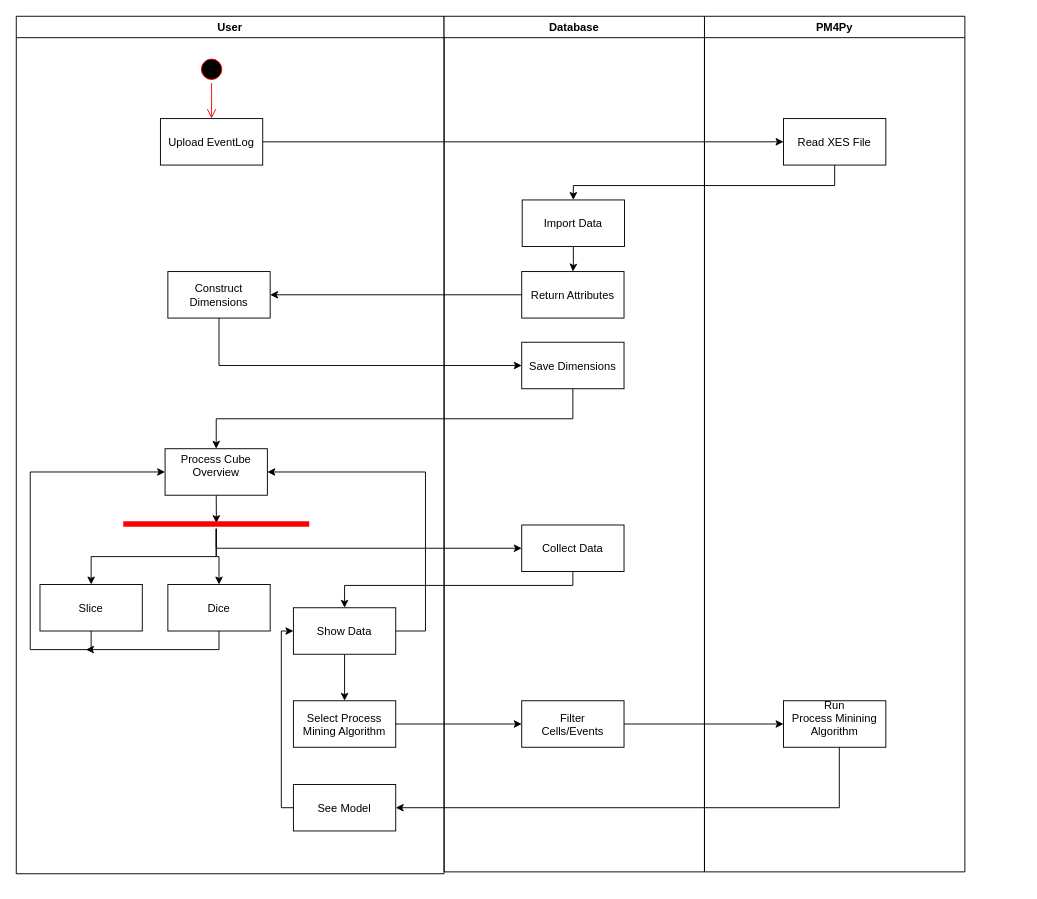
The draw.io diagram diagrams/ActivityDiagram.drawio in ngtom/PCubes-PADS2019, before the edit. Source tidied: cells renumbered, new cells numbered last; positions are measured from the earlier drawing's top-left corner, leaving out a move shared by most shapes. Both pictures are drawn from the tidied source at 93%, with x=0, y=0 at pixel (16, 16).
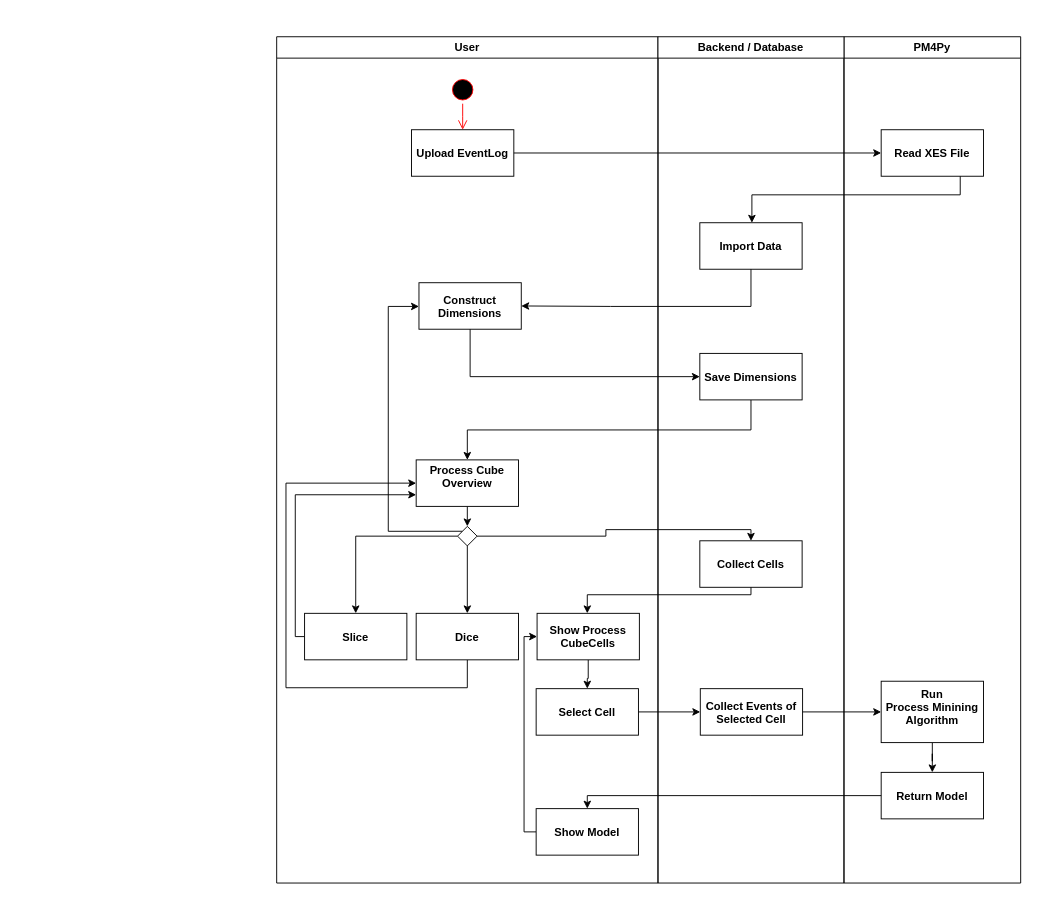
Above is the later version.

Commit message:
update activity diagram

The edit, as a diff of the source:
```diff
@@
-<mxGraphModel background="#ffffff">
+<mxGraphModel>
@@
     <mxCell id="2" value="User" style="swimlane;whiteSpace=wrap;" parent="1" vertex="1">
-      <mxGeometry width="460" height="922" as="geometry" />
+      <mxGeometry x="280" y="22" width="410" height="910" as="geometry" />
     </mxCell>
-    <mxCell id="3" style="ellipse;shape=startState;fillColor=#000000;strokeColor=#ff0000;" parent="2" vertex="1">
-      <mxGeometry x="195" y="42" width="30" height="30" as="geometry" />
-    </mxCell>
-    <mxCell id="4" style="edgeStyle=elbowEdgeStyle;elbow=horizontal;verticalAlign=bottom;endArrow=open;endSize=8;strokeColor=#FF0000;endFill=1;rounded=0;" parent="2" edge="1" source="3" target="5">
-      <mxGeometry x="195" y="42" as="geometry" />
-    </mxCell>
+    <mxCell id="42" style="ellipse;shape=startState;fillColor=#000000;strokeColor=#ff0000;" parent="2" vertex="1">
+      <mxGeometry x="185" y="42" width="30" height="30" as="geometry" />
+    </mxCell>
+    <mxCell id="43" style="edgeStyle=elbowEdgeStyle;elbow=horizontal;verticalAlign=bottom;endArrow=open;endSize=8;strokeColor=#FF0000;endFill=1;rounded=0;" parent="2" edge="1" source="42" target="5">
+      <mxGeometry x="185" y="42" as="geometry" />
+    </mxCell>
-    <mxCell id="5" value="Upload EventLog" parent="2" vertex="1">
-      <mxGeometry x="155" y="110" width="110" height="50" as="geometry" />
+    <mxCell id="5" value="Upload EventLog" style="fontStyle=1;" parent="2" vertex="1">
+      <mxGeometry x="145" y="100" width="110" height="50" as="geometry" />
     </mxCell>
-    <mxCell id="6" value="Construct &#10;Dimensions" parent="2" vertex="1">
-      <mxGeometry x="163" y="274.5" width="110" height="50" as="geometry" />
+    <mxCell id="6" value="Construct &#10;Dimensions" style="fontStyle=1;" parent="2" vertex="1">
+      <mxGeometry x="153" y="264.5" width="110" height="50" as="geometry" />
     </mxCell>
-    <mxCell id="7" style="edgeStyle=orthogonalEdgeStyle;rounded=0;jettySize=auto;html=1;exitX=0.5;exitY=1;exitDx=0;exitDy=0;entryX=0;entryY=0.5;entryDx=0;entryDy=0;" parent="2" edge="1" source="8" target="14">
+    <mxCell id="7" style="edgeStyle=orthogonalEdgeStyle;rounded=0;jettySize=auto;html=1;entryX=0;entryY=0.75;entryDx=0;entryDy=0;" parent="2" edge="1" source="8" target="14">
       <mxGeometry relative="1" as="geometry">
         <Array as="points">
-          <mxPoint x="81" y="681" />
-          <mxPoint x="15" y="681" />
-          <mxPoint x="15" y="490" />
+          <mxPoint x="20" y="645" />
+          <mxPoint x="20" y="492" />
         </Array>
       </mxGeometry>
     </mxCell>
-    <mxCell id="8" value="Slice" parent="2" vertex="1">
-      <mxGeometry x="25.5" y="611" width="110" height="50" as="geometry" />
+    <mxCell id="8" value="Slice" style="fontStyle=1;" parent="2" vertex="1">
+      <mxGeometry x="30" y="620" width="110" height="50" as="geometry" />
     </mxCell>
+    <mxCell id="44" style="edgeStyle=orthogonalEdgeStyle;rounded=0;jettySize=auto;html=1;entryX=0;entryY=0.5;entryDx=0;entryDy=0;" parent="2" edge="1" source="9" target="14">
+      <mxGeometry relative="1" as="geometry">
+        <Array as="points">
+          <mxPoint x="205" y="700" />
+          <mxPoint x="10" y="700" />
+          <mxPoint x="10" y="480" />
+        </Array>
+      </mxGeometry>
+    </mxCell>
-    <mxCell id="9" value="Dice" parent="2" vertex="1">
-      <mxGeometry x="163" y="611" width="110" height="50" as="geometry" />
+    <mxCell id="9" value="Dice" style="fontStyle=1;" parent="2" vertex="1">
+      <mxGeometry x="150" y="620" width="110" height="50" as="geometry" />
     </mxCell>
-    <mxCell id="10" style="edgeStyle=orthogonalEdgeStyle;rounded=0;jettySize=auto;html=1;entryX=1;entryY=0.5;entryDx=0;entryDy=0;" parent="2" edge="1" source="12" target="14">
-      <mxGeometry relative="1" as="geometry">
-        <Array as="points">
-          <mxPoint x="440" y="661" />
-          <mxPoint x="440" y="490" />
-        </Array>
-      </mxGeometry>
-    </mxCell>
-    <mxCell id="11" style="edgeStyle=orthogonalEdgeStyle;rounded=0;jettySize=auto;html=1;entryX=0.5;entryY=0;entryDx=0;entryDy=0;" parent="2" edge="1" source="12" target="18">
-      <mxGeometry relative="1" as="geometry" />
-    </mxCell>
-    <mxCell id="12" value="Show Data" parent="2" vertex="1">
-      <mxGeometry x="298" y="636" width="110" height="50" as="geometry" />
-    </mxCell>
-    <mxCell id="13" style="edgeStyle=orthogonalEdgeStyle;rounded=0;jettySize=auto;html=1;exitX=0.5;exitY=1;exitDx=0;exitDy=0;entryX=0.501;entryY=0.397;entryDx=0;entryDy=0;entryPerimeter=0;" parent="2" edge="1" source="14" target="17">
-      <mxGeometry relative="1" as="geometry" />
-    </mxCell>
+    <mxCell id="45" style="edgeStyle=orthogonalEdgeStyle;rounded=0;jettySize=auto;html=1;entryX=0.5;entryY=0;entryDx=0;entryDy=0;" parent="2" edge="1" source="46" target="48">
+      <mxGeometry relative="1" as="geometry" />
+    </mxCell>
+    <mxCell id="46" value="Show Process &#10;CubeCells" style="fontStyle=1;" parent="2" vertex="1">
+      <mxGeometry x="280" y="620" width="110" height="50" as="geometry" />
+    </mxCell>
+    <mxCell id="47" style="edgeStyle=orthogonalEdgeStyle;rounded=0;jettySize=auto;html=1;exitX=0.5;exitY=1;exitDx=0;exitDy=0;entryX=0;entryY=0.5;entryDx=0;entryDy=0;" parent="2" edge="1" source="14" target="54">
+      <mxGeometry relative="1" as="geometry" />
+    </mxCell>
-    <mxCell id="14" value="Process Cube&#10;Overview&#10;" parent="2" vertex="1">
-      <mxGeometry x="160" y="465" width="110" height="50" as="geometry" />
+    <mxCell id="14" value="Process Cube&#10;Overview&#10;" style="fontStyle=1;" parent="2" vertex="1">
+      <mxGeometry x="150" y="455" width="110" height="50" as="geometry" />
     </mxCell>
-    <mxCell id="15" style="edgeStyle=orthogonalEdgeStyle;rounded=0;jettySize=auto;html=1;entryX=0.5;entryY=0;entryDx=0;entryDy=0;" parent="2" edge="1" source="17" target="8">
-      <mxGeometry relative="1" as="geometry" />
-    </mxCell>
-    <mxCell id="16" style="edgeStyle=orthogonalEdgeStyle;rounded=0;jettySize=auto;html=1;entryX=0.5;entryY=0;entryDx=0;entryDy=0;" parent="2" edge="1" source="17" target="9">
-      <mxGeometry relative="1" as="geometry" />
-    </mxCell>
-    <mxCell id="17" style="shape=line;html=1;strokeWidth=6;strokeColor=#ff0000;" parent="2" vertex="1">
-      <mxGeometry x="115" y="541" width="200" height="10" as="geometry" />
-    </mxCell>
-    <mxCell id="18" value="Select Process &#10;Mining Algorithm" parent="2" vertex="1">
-      <mxGeometry x="298" y="736" width="110" height="50" as="geometry" />
-    </mxCell>
-    <mxCell id="19" style="edgeStyle=orthogonalEdgeStyle;rounded=0;jettySize=auto;html=1;exitX=0;exitY=0.5;exitDx=0;exitDy=0;" parent="2" edge="1" source="20">
-      <mxGeometry relative="1" as="geometry">
-        <mxPoint x="298" y="661" as="targetPoint" />
-        <Array as="points">
-          <mxPoint x="285" y="851" />
-          <mxPoint x="285" y="661" />
-        </Array>
-      </mxGeometry>
-    </mxCell>
-    <mxCell id="20" value="See Model" parent="2" vertex="1">
-      <mxGeometry x="298" y="826" width="110" height="50" as="geometry" />
-    </mxCell>
+    <mxCell id="48" value="Select Cell" style="fontStyle=1;" parent="2" vertex="1">
+      <mxGeometry x="279" y="701" width="110" height="50" as="geometry" />
+    </mxCell>
+    <mxCell id="49" style="edgeStyle=orthogonalEdgeStyle;rounded=0;jettySize=auto;html=1;exitX=0;exitY=0.5;exitDx=0;exitDy=0;" parent="2" edge="1" source="50" target="46">
+      <mxGeometry relative="1" as="geometry">
+        <Array as="points">
+          <mxPoint x="266" y="855" />
+          <mxPoint x="266" y="645" />
+        </Array>
+      </mxGeometry>
+    </mxCell>
+    <mxCell id="50" value="Show Model" style="fontStyle=1;" parent="2" vertex="1">
+      <mxGeometry x="279" y="830" width="110" height="50" as="geometry" />
+    </mxCell>
+    <mxCell id="51" style="edgeStyle=orthogonalEdgeStyle;rounded=0;jettySize=auto;html=1;" parent="2" edge="1" source="54" target="8">
+      <mxGeometry relative="1" as="geometry" />
+    </mxCell>
+    <mxCell id="52" style="edgeStyle=orthogonalEdgeStyle;rounded=0;jettySize=auto;html=1;" parent="2" edge="1" source="54" target="9">
+      <mxGeometry relative="1" as="geometry" />
+    </mxCell>
+    <mxCell id="53" style="edgeStyle=orthogonalEdgeStyle;rounded=0;jettySize=auto;html=1;exitX=0;exitY=1;exitDx=0;exitDy=0;" parent="2" edge="1" source="54" target="6">
+      <mxGeometry relative="1" as="geometry">
+        <Array as="points">
+          <mxPoint x="120" y="532" />
+          <mxPoint x="120" y="290" />
+        </Array>
+      </mxGeometry>
+    </mxCell>
+    <mxCell id="54" style="rhombus;whiteSpace=wrap;html=1;direction=south;" parent="2" vertex="1">
+      <mxGeometry x="194.5" y="526.5" width="21" height="21" as="geometry" />
+    </mxCell>
     <mxCell id="21" value="PM4Py" style="swimlane;whiteSpace=wrap;" parent="1" vertex="1">
-      <mxGeometry x="740" width="280" height="920" as="geometry" />
+      <mxGeometry x="890" y="22" width="190" height="910" as="geometry" />
     </mxCell>
+    <mxCell id="55" style="edgeStyle=orthogonalEdgeStyle;rounded=0;jettySize=auto;html=1;" parent="21" edge="1" source="22" target="56">
+      <mxGeometry relative="1" as="geometry" />
+    </mxCell>
-    <mxCell id="22" value="Run &#10;Process Minining&#10;Algorithm&#10;" parent="21" vertex="1">
-      <mxGeometry x="85" y="736" width="110" height="50" as="geometry" />
+    <mxCell id="22" value="Run &#10;Process Minining&#10;Algorithm&#10;" style="verticalAlign=top;fontStyle=1;" parent="21" vertex="1">
+      <mxGeometry x="40" y="693" width="110" height="66" as="geometry" />
     </mxCell>
-    <mxCell id="23" value="Database" style="swimlane;whiteSpace=wrap;" parent="21" vertex="1">
-      <mxGeometry x="-280" width="280" height="920" as="geometry" />
-    </mxCell>
-    <mxCell id="24" style="edgeStyle=orthogonalEdgeStyle;rounded=0;jettySize=auto;html=1;" parent="23" edge="1" source="25" target="26">
-      <mxGeometry relative="1" as="geometry" />
-    </mxCell>
-    <mxCell id="25" value="Import Data" parent="23" vertex="1">
-      <mxGeometry x="84" y="197.5" width="110" height="50" as="geometry" />
-    </mxCell>
-    <mxCell id="26" value="Return Attributes" parent="23" vertex="1">
-      <mxGeometry x="83.5" y="274.5" width="110" height="50" as="geometry" />
-    </mxCell>
-    <mxCell id="27" value="Filter&#10;Cells/Events" parent="23" vertex="1">
-      <mxGeometry x="83.5" y="736" width="110" height="50" as="geometry" />
-    </mxCell>
-    <mxCell id="28" value="Save Dimensions" parent="23" vertex="1">
-      <mxGeometry x="83.5" y="350.5" width="110" height="50" as="geometry" />
-    </mxCell>
-    <mxCell id="29" value="Collect Data" parent="23" vertex="1">
-      <mxGeometry x="83.5" y="547" width="110" height="50" as="geometry" />
-    </mxCell>
-    <mxCell id="30" style="edgeStyle=orthogonalEdgeStyle;rounded=0;jettySize=auto;html=1;exitX=1;exitY=0.5;exitDx=0;exitDy=0;entryX=0;entryY=0.5;entryDx=0;entryDy=0;" parent="21" edge="1" source="27" target="22">
-      <mxGeometry relative="1" as="geometry" />
-    </mxCell>
-    <mxCell id="31" style="edgeStyle=orthogonalEdgeStyle;rounded=0;jettySize=auto;html=1;entryX=0.5;entryY=0;entryDx=0;entryDy=0;" parent="21" edge="1" source="32" target="25">
-      <mxGeometry relative="1" as="geometry">
-        <Array as="points">
-          <mxPoint x="140" y="182" />
-          <mxPoint x="-141" y="182" />
-        </Array>
-      </mxGeometry>
-    </mxCell>
-    <mxCell id="32" value="Read XES File" parent="21" vertex="1">
-      <mxGeometry x="85" y="110" width="110" height="50" as="geometry" />
+    <mxCell id="32" value="Read XES File" style="fontStyle=1;" parent="21" vertex="1">
+      <mxGeometry x="40" y="100" width="110" height="50" as="geometry" />
     </mxCell>
+    <mxCell id="56" value="Return Model" style="fontStyle=1;" parent="21" vertex="1">
+      <mxGeometry x="40" y="791" width="110" height="50" as="geometry" />
+    </mxCell>
@@
-    <mxCell id="34" style="edgeStyle=orthogonalEdgeStyle;rounded=0;jettySize=auto;html=1;exitX=0;exitY=0.5;exitDx=0;exitDy=0;entryX=1;entryY=0.5;entryDx=0;entryDy=0;" parent="1" edge="1" source="26" target="6">
-      <mxGeometry relative="1" as="geometry" />
-    </mxCell>
-    <mxCell id="35" style="edgeStyle=orthogonalEdgeStyle;rounded=0;jettySize=auto;html=1;exitX=0.5;exitY=1;exitDx=0;exitDy=0;" parent="1" edge="1" source="9">
-      <mxGeometry relative="1" as="geometry">
-        <mxPoint x="75" y="681" as="targetPoint" />
-        <Array as="points">
-          <mxPoint x="218" y="681" />
-        </Array>
-      </mxGeometry>
-    </mxCell>
-    <mxCell id="36" style="edgeStyle=orthogonalEdgeStyle;rounded=0;jettySize=auto;html=1;exitX=1;exitY=0.5;exitDx=0;exitDy=0;entryX=0;entryY=0.5;entryDx=0;entryDy=0;" parent="1" edge="1" source="18" target="27">
-      <mxGeometry relative="1" as="geometry" />
-    </mxCell>
+    <mxCell id="57" style="edgeStyle=orthogonalEdgeStyle;rounded=0;jettySize=auto;html=1;exitX=1;exitY=0.5;exitDx=0;exitDy=0;entryX=0;entryY=0.5;entryDx=0;entryDy=0;" parent="1" edge="1" source="48" target="59">
+      <mxGeometry relative="1" as="geometry" />
+    </mxCell>
@@
-    <mxCell id="39" style="edgeStyle=orthogonalEdgeStyle;rounded=0;jettySize=auto;html=1;entryX=1;entryY=0.5;entryDx=0;entryDy=0;" parent="1" edge="1" source="22" target="20">
-      <mxGeometry relative="1" as="geometry">
-        <Array as="points">
-          <mxPoint x="885" y="772" />
-        </Array>
-      </mxGeometry>
-    </mxCell>
-    <mxCell id="40" style="edgeStyle=orthogonalEdgeStyle;rounded=0;jettySize=auto;html=1;entryX=0.5;entryY=0;entryDx=0;entryDy=0;" parent="1" edge="1" source="29" target="12">
-      <mxGeometry relative="1" as="geometry">
-        <Array as="points">
-          <mxPoint x="598" y="612" />
-          <mxPoint x="353" y="612" />
-        </Array>
-      </mxGeometry>
-    </mxCell>
-    <mxCell id="41" style="edgeStyle=orthogonalEdgeStyle;rounded=0;jettySize=auto;html=1;entryX=0;entryY=0.5;entryDx=0;entryDy=0;" parent="1" edge="1" source="17" target="29">
-      <mxGeometry relative="1" as="geometry">
-        <Array as="points">
-          <mxPoint x="215" y="572" />
-        </Array>
-      </mxGeometry>
-    </mxCell>
+    <mxCell id="58" value="Backend / Database" style="swimlane;whiteSpace=wrap;" parent="1" vertex="1">
+      <mxGeometry x="690" y="22" width="200" height="910" as="geometry" />
+    </mxCell>
+    <mxCell id="25" value="Import Data" style="fontStyle=1;" parent="58" vertex="1">
+      <mxGeometry x="45" y="200" width="110" height="50" as="geometry" />
+    </mxCell>
+    <mxCell id="59" value="Collect Events of &#10;Selected Cell" style="fontStyle=1;" parent="58" vertex="1">
+      <mxGeometry x="45.5" y="701" width="110" height="50" as="geometry" />
+    </mxCell>
+    <mxCell id="28" value="Save Dimensions" style="fontStyle=1;" parent="58" vertex="1">
+      <mxGeometry x="45" y="340.5" width="110" height="50" as="geometry" />
+    </mxCell>
+    <mxCell id="60" value="Collect Cells" style="fontStyle=1;" parent="58" vertex="1">
+      <mxGeometry x="45" y="542" width="110" height="50" as="geometry" />
+    </mxCell>
+    <mxCell id="61" style="edgeStyle=orthogonalEdgeStyle;rounded=0;jettySize=auto;html=1;exitX=1;exitY=0.5;exitDx=0;exitDy=0;entryX=0;entryY=0.5;entryDx=0;entryDy=0;" parent="1" edge="1" source="59" target="22">
+      <mxGeometry relative="1" as="geometry" />
+    </mxCell>
+    <mxCell id="62" style="edgeStyle=orthogonalEdgeStyle;rounded=0;jettySize=auto;html=1;entryX=0.5;entryY=0;entryDx=0;entryDy=0;" parent="1" edge="1" source="54" target="60">
+      <mxGeometry relative="1" as="geometry">
+        <Array as="points">
+          <mxPoint x="634" y="559" />
+          <mxPoint x="634" y="552" />
+          <mxPoint x="790" y="552" />
+        </Array>
+      </mxGeometry>
+    </mxCell>
+    <mxCell id="63" style="edgeStyle=orthogonalEdgeStyle;rounded=0;jettySize=auto;html=1;entryX=0.5;entryY=0;entryDx=0;entryDy=0;" parent="1" edge="1" source="56" target="50">
+      <mxGeometry relative="1" as="geometry">
+        <Array as="points">
+          <mxPoint x="790" y="838" />
+          <mxPoint x="790" y="838" />
+        </Array>
+      </mxGeometry>
+    </mxCell>
+    <mxCell id="64" style="edgeStyle=orthogonalEdgeStyle;rounded=0;jettySize=auto;html=1;" parent="1" edge="1" source="60" target="46">
+      <mxGeometry relative="1" as="geometry">
+        <Array as="points">
+          <mxPoint x="790" y="622" />
+          <mxPoint x="614" y="622" />
+        </Array>
+      </mxGeometry>
+    </mxCell>
+    <mxCell id="31" style="edgeStyle=orthogonalEdgeStyle;rounded=0;jettySize=auto;html=1;" parent="1" edge="1" source="32" target="25">
+      <mxGeometry relative="1" as="geometry">
+        <Array as="points">
+          <mxPoint x="1015" y="192" />
+          <mxPoint x="791" y="192" />
+        </Array>
+      </mxGeometry>
+    </mxCell>
+    <mxCell id="65" style="edgeStyle=orthogonalEdgeStyle;rounded=0;jettySize=auto;html=1;entryX=1;entryY=0.5;entryDx=0;entryDy=0;" parent="1" edge="1" source="25" target="6">
+      <mxGeometry relative="1" as="geometry">
+        <Array as="points">
+          <mxPoint x="790" y="312" />
+          <mxPoint x="639" y="312" />
+        </Array>
+      </mxGeometry>
+    </mxCell>
```
